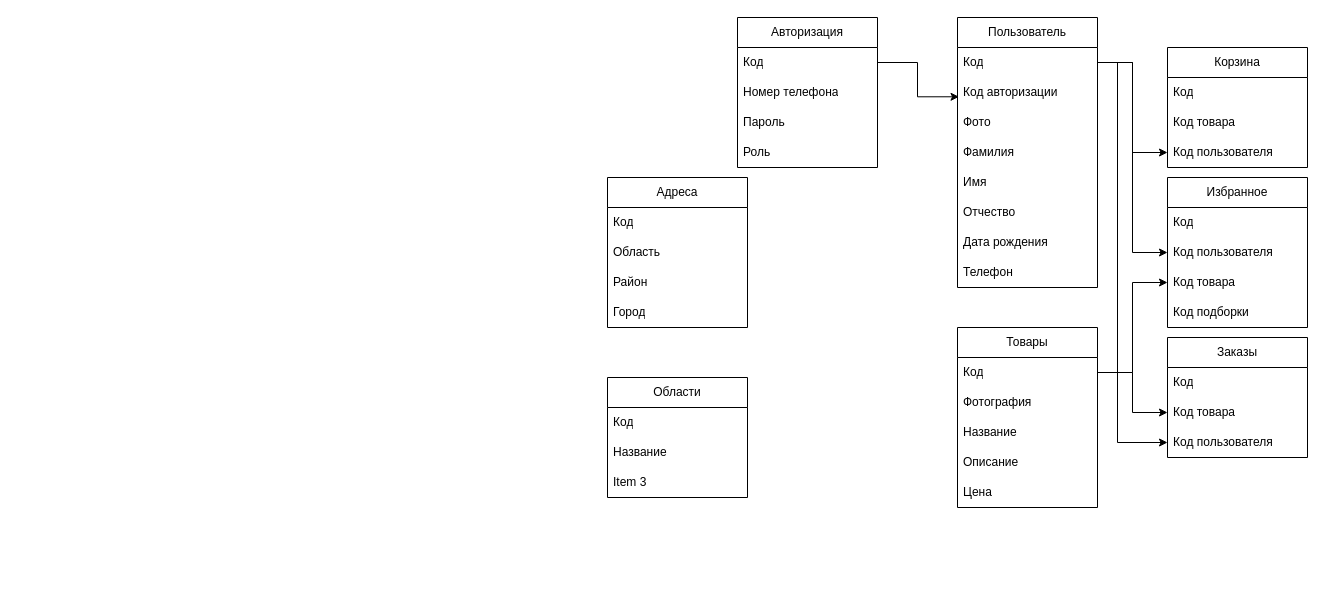
Before: Documents/SchemaBD.drawio in Anasikus/FlowersLife, a draw.io diagram. Source tidied: cells renumbered, new cells numbered last; positions are measured from the earlier drawing's top-left corner, leaving out a move shared by most shapes. Both pictures are drawn from the tidied source at 100%, with x=0, y=0 at pixel (607, 17).
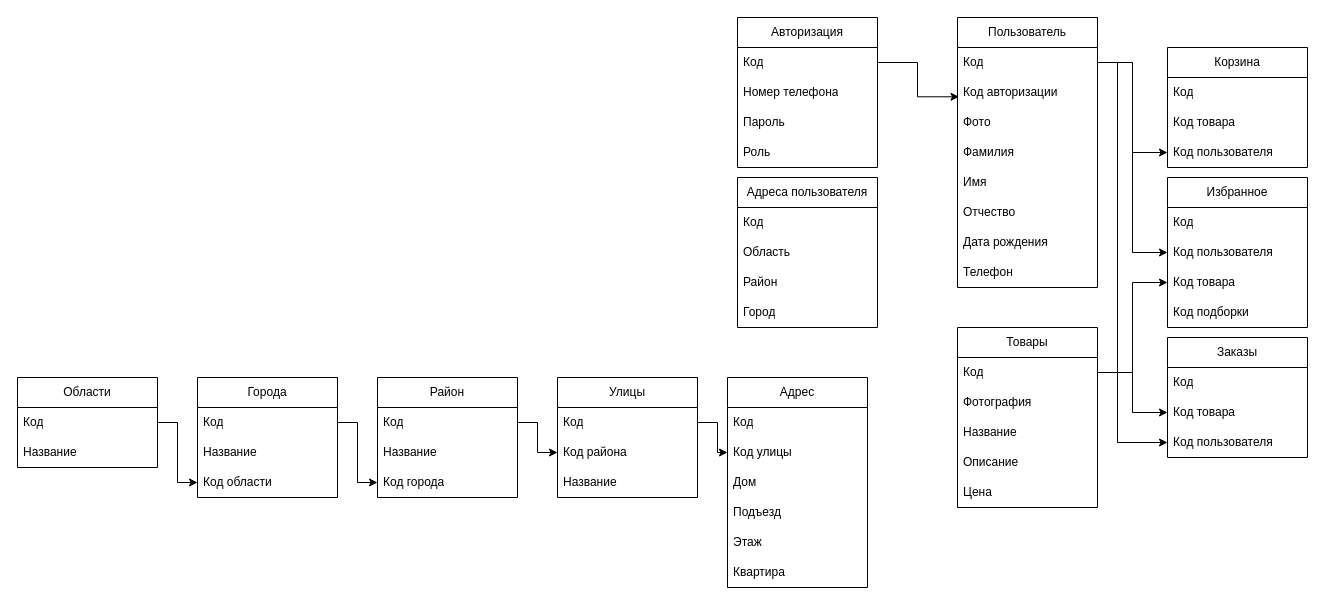
Above is the later version.

Commit message:
Добавлен адрес

The change refers to these unchanged cells:
```xml
<mxCell id="47" value="Код" style="text;strokeColor=none;fillColor=none;align=left;verticalAlign=middle;spacingLeft=4;spacingRight=4;overflow=hidden;points=[[0,0.5],[1,0.5]];portConstraint=eastwest;whiteSpace=wrap;html=1;" parent="46" vertex="1">
  <mxGeometry y="30" width="140" height="30" as="geometry" />
</mxCell>
```

Change to the diagram source:
```diff
@@
-    <mxCell id="20" value="Адреса" style="swimlane;fontStyle=0;horizontal=1;startSize=30;whiteSpace=wrap;html=1;" parent="1" vertex="1">
-      <mxGeometry y="160" width="140" height="150" as="geometry" />
+    <mxCell id="20" value="Адреса пользователя" style="swimlane;fontStyle=0;horizontal=1;startSize=30;whiteSpace=wrap;html=1;" parent="1" vertex="1">
+      <mxGeometry x="130" y="160" width="140" height="150" as="geometry" />
     </mxCell>
@@
     <mxCell id="46" value="Области" style="swimlane;fontStyle=0;horizontal=1;startSize=30;whiteSpace=wrap;html=1;" parent="1" vertex="1">
-      <mxGeometry y="360" width="140" height="120" as="geometry" />
+      <mxGeometry x="-590" y="360" width="140" height="90" as="geometry" />
     </mxCell>
@@
-    <mxCell id="49" value="Item 3" style="text;strokeColor=none;fillColor=none;align=left;verticalAlign=middle;spacingLeft=4;spacingRight=4;overflow=hidden;whiteSpace=wrap;html=1;" parent="46" vertex="1">
-      <mxGeometry y="90" width="140" height="30" as="geometry" />
-    </mxCell>
+    <mxCell id="50" value="Города" style="swimlane;fontStyle=0;horizontal=1;startSize=30;whiteSpace=wrap;html=1;" parent="1" vertex="1">
+      <mxGeometry x="-410" y="360" width="140" height="120" as="geometry" />
+    </mxCell>
+    <mxCell id="51" value="Код" style="text;strokeColor=none;fillColor=none;align=left;verticalAlign=middle;spacingLeft=4;spacingRight=4;overflow=hidden;points=[[0,0.5],[1,0.5]];portConstraint=eastwest;whiteSpace=wrap;html=1;" parent="50" vertex="1">
+      <mxGeometry y="30" width="140" height="30" as="geometry" />
+    </mxCell>
+    <mxCell id="52" value="Название" style="text;strokeColor=none;fillColor=none;align=left;verticalAlign=middle;spacingLeft=4;spacingRight=4;overflow=hidden;whiteSpace=wrap;html=1;" parent="50" vertex="1">
+      <mxGeometry y="60" width="140" height="30" as="geometry" />
+    </mxCell>
+    <mxCell id="53" value="Код области" style="text;strokeColor=none;fillColor=none;align=left;verticalAlign=middle;spacingLeft=4;spacingRight=4;overflow=hidden;points=[[0,0.5],[1,0.5]];portConstraint=eastwest;whiteSpace=wrap;html=1;" parent="50" vertex="1">
+      <mxGeometry y="90" width="140" height="30" as="geometry" />
+    </mxCell>
+    <mxCell id="54" value="Район" style="swimlane;fontStyle=0;horizontal=1;startSize=30;whiteSpace=wrap;html=1;" parent="1" vertex="1">
+      <mxGeometry x="-230" y="360" width="140" height="120" as="geometry" />
+    </mxCell>
+    <mxCell id="55" value="Код" style="text;strokeColor=none;fillColor=none;align=left;verticalAlign=middle;spacingLeft=4;spacingRight=4;overflow=hidden;points=[[0,0.5],[1,0.5]];portConstraint=eastwest;whiteSpace=wrap;html=1;" parent="54" vertex="1">
+      <mxGeometry y="30" width="140" height="30" as="geometry" />
+    </mxCell>
+    <mxCell id="56" value="Название" style="text;strokeColor=none;fillColor=none;align=left;verticalAlign=middle;spacingLeft=4;spacingRight=4;overflow=hidden;whiteSpace=wrap;html=1;" parent="54" vertex="1">
+      <mxGeometry y="60" width="140" height="30" as="geometry" />
+    </mxCell>
+    <mxCell id="57" value="Код города" style="text;strokeColor=none;fillColor=none;align=left;verticalAlign=middle;spacingLeft=4;spacingRight=4;overflow=hidden;points=[[0,0.5],[1,0.5]];portConstraint=eastwest;whiteSpace=wrap;html=1;" parent="54" vertex="1">
+      <mxGeometry y="90" width="140" height="30" as="geometry" />
+    </mxCell>
+    <mxCell id="58" value="Улицы" style="swimlane;fontStyle=0;horizontal=1;startSize=30;whiteSpace=wrap;html=1;" parent="1" vertex="1">
+      <mxGeometry x="-50" y="360" width="140" height="120" as="geometry" />
+    </mxCell>
+    <mxCell id="59" value="Код" style="text;strokeColor=none;fillColor=none;align=left;verticalAlign=middle;spacingLeft=4;spacingRight=4;overflow=hidden;points=[[0,0.5],[1,0.5]];portConstraint=eastwest;whiteSpace=wrap;html=1;" parent="58" vertex="1">
+      <mxGeometry y="30" width="140" height="30" as="geometry" />
+    </mxCell>
+    <mxCell id="60" value="Код района" style="text;strokeColor=none;fillColor=none;align=left;verticalAlign=middle;spacingLeft=4;spacingRight=4;overflow=hidden;points=[[0,0.5],[1,0.5]];portConstraint=eastwest;whiteSpace=wrap;html=1;" parent="58" vertex="1">
+      <mxGeometry y="60" width="140" height="30" as="geometry" />
+    </mxCell>
+    <mxCell id="61" value="Название" style="text;strokeColor=none;fillColor=none;align=left;verticalAlign=middle;spacingLeft=4;spacingRight=4;overflow=hidden;whiteSpace=wrap;html=1;" parent="58" vertex="1">
+      <mxGeometry y="90" width="140" height="30" as="geometry" />
+    </mxCell>
+    <mxCell id="62" value="Адрес" style="swimlane;fontStyle=0;horizontal=1;startSize=30;whiteSpace=wrap;html=1;" parent="1" vertex="1">
+      <mxGeometry x="120" y="360" width="140" height="210" as="geometry" />
+    </mxCell>
+    <mxCell id="63" value="Код" style="text;strokeColor=none;fillColor=none;align=left;verticalAlign=middle;spacingLeft=4;spacingRight=4;overflow=hidden;whiteSpace=wrap;html=1;" parent="62" vertex="1">
+      <mxGeometry y="30" width="140" height="30" as="geometry" />
+    </mxCell>
+    <mxCell id="64" value="Код улицы" style="text;strokeColor=none;fillColor=none;align=left;verticalAlign=middle;spacingLeft=4;spacingRight=4;overflow=hidden;points=[[0,0.5],[1,0.5]];portConstraint=eastwest;whiteSpace=wrap;html=1;" parent="62" vertex="1">
+      <mxGeometry y="60" width="140" height="30" as="geometry" />
+    </mxCell>
+    <mxCell id="65" value="Дом" style="text;strokeColor=none;fillColor=none;align=left;verticalAlign=middle;spacingLeft=4;spacingRight=4;overflow=hidden;whiteSpace=wrap;html=1;" parent="62" vertex="1">
+      <mxGeometry y="90" width="140" height="30" as="geometry" />
+    </mxCell>
+    <mxCell id="66" value="Подъезд" style="text;strokeColor=none;fillColor=none;align=left;verticalAlign=middle;spacingLeft=4;spacingRight=4;overflow=hidden;whiteSpace=wrap;html=1;" parent="62" vertex="1">
+      <mxGeometry y="120" width="140" height="30" as="geometry" />
+    </mxCell>
+    <mxCell id="67" value="Этаж" style="text;strokeColor=none;fillColor=none;align=left;verticalAlign=middle;spacingLeft=4;spacingRight=4;overflow=hidden;whiteSpace=wrap;html=1;" parent="62" vertex="1">
+      <mxGeometry y="150" width="140" height="30" as="geometry" />
+    </mxCell>
+    <mxCell id="68" value="Квартира" style="text;strokeColor=none;fillColor=none;align=left;verticalAlign=middle;spacingLeft=4;spacingRight=4;overflow=hidden;whiteSpace=wrap;html=1;" parent="62" vertex="1">
+      <mxGeometry y="180" width="140" height="30" as="geometry" />
+    </mxCell>
+    <mxCell id="69" style="edgeStyle=orthogonalEdgeStyle;rounded=0;jettySize=auto;html=1;exitX=1;exitY=0.5;exitDx=0;exitDy=0;entryX=0;entryY=0.5;entryDx=0;entryDy=0;" parent="1" edge="1" source="47" target="53">
+      <mxGeometry relative="1" as="geometry" />
+    </mxCell>
+    <mxCell id="70" style="edgeStyle=orthogonalEdgeStyle;rounded=0;jettySize=auto;html=1;exitX=1;exitY=0.5;exitDx=0;exitDy=0;entryX=0;entryY=0.5;entryDx=0;entryDy=0;" parent="1" edge="1" source="51" target="57">
+      <mxGeometry relative="1" as="geometry" />
+    </mxCell>
+    <mxCell id="71" style="edgeStyle=orthogonalEdgeStyle;rounded=0;jettySize=auto;html=1;exitX=1;exitY=0.5;exitDx=0;exitDy=0;entryX=0;entryY=0.5;entryDx=0;entryDy=0;" parent="1" edge="1" source="55" target="60">
+      <mxGeometry relative="1" as="geometry" />
+    </mxCell>
+    <mxCell id="72" style="edgeStyle=orthogonalEdgeStyle;rounded=0;jettySize=auto;html=1;exitX=1;exitY=0.5;exitDx=0;exitDy=0;entryX=0;entryY=0.5;entryDx=0;entryDy=0;" parent="1" edge="1" source="59" target="64">
+      <mxGeometry relative="1" as="geometry" />
+    </mxCell>
```
